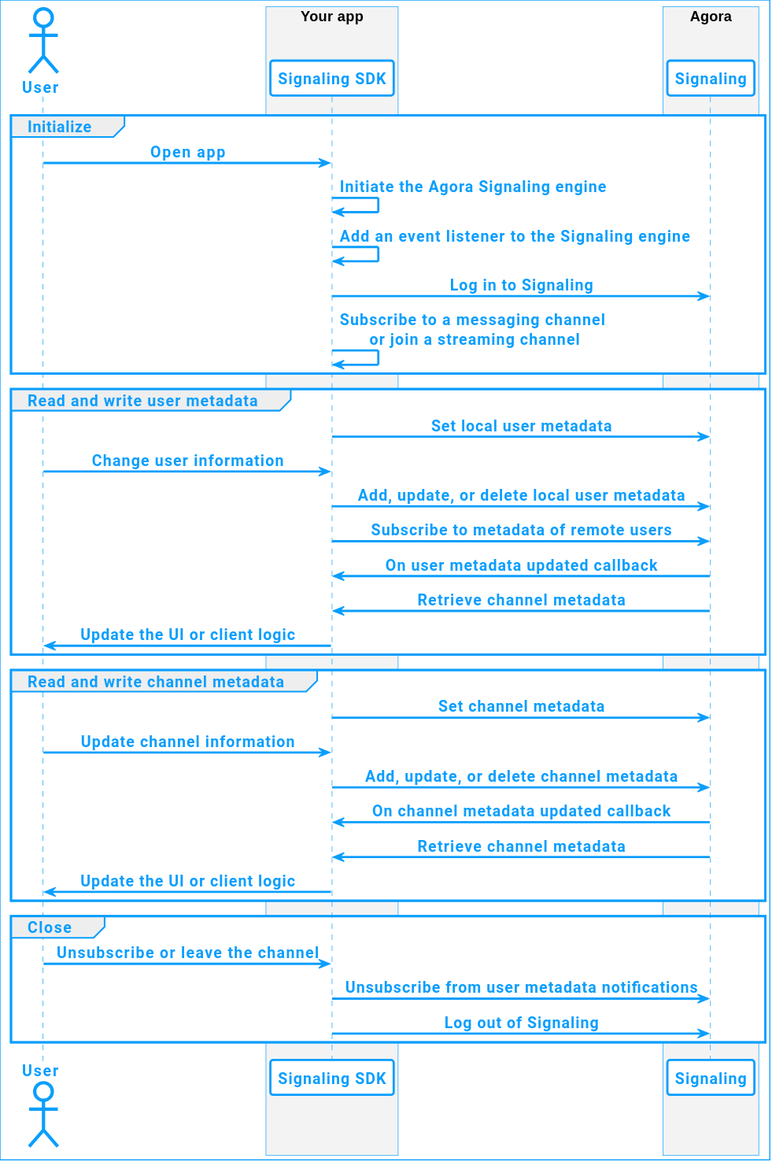
Above: assets/images/signaling/signaling-metadata-workflow.svg in AgoraIO/Docs-Source (PlantUML), before the change.
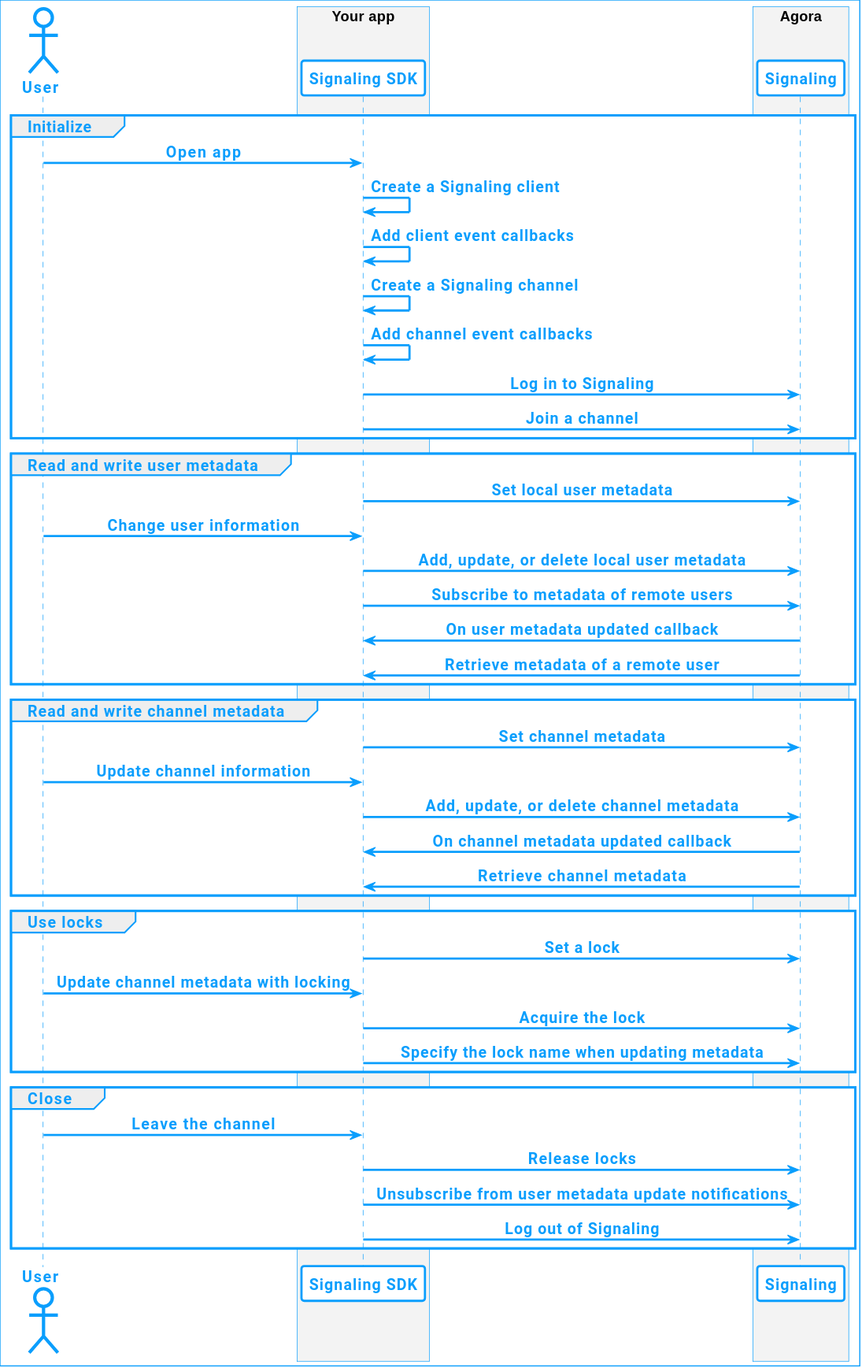
After the commit.

Commit message:
Updated the SIgnaling storage diagram (#496)

* Updated the diagram

* Diagram Update

* review updates

What changed in the source:
```diff
@@ -1,5 +1,5 @@
 @startuml
-!include agora_skin.iuml
+!include ../video-sdk/agora_skin.iuml
 
 actor "User" as USR
 
@@ -13,10 +13,12 @@
 
 group Initialize
 USR -> APP: Open app
-APP -> APP: Initiate the Agora Signaling engine
-APP -> APP: Add an event listener to the Signaling engine
+APP -> APP: Create a Signaling client
+APP -> APP: Add client event callbacks
+APP -> APP: Create a Signaling channel
+APP -> APP: Add channel event callbacks
 APP -> API: Log in to Signaling
-APP -> APP: Subscribe to a messaging channel\n or join a streaming channel
+APP -> API: Join a channel
 end
 
 group Read and write user metadata
@@ -25,8 +27,7 @@
 APP -> API: Add, update, or delete local user metadata
 APP -> API: Subscribe to metadata of remote users
 APP <- API: On user metadata updated callback
-APP <- API: Retrieve channel metadata
-USR <- APP: Update the UI or client logic
+APP <- API: Retrieve metadata of a remote user
 end
 
 group Read and write channel metadata
@@ -35,12 +36,19 @@
 APP -> API: Add, update, or delete channel metadata
 APP <- API: On channel metadata updated callback
 APP <- API: Retrieve channel metadata
-USR <- APP: Update the UI or client logic
+end
+
+group Use locks
+APP -> API: Set a lock
+USR -> APP: Update channel metadata with locking
+APP -> API: Acquire the lock
+APP -> API: Specify the lock name when updating metadata
 end
 
 group Close
-USR -> APP: Unsubscribe or leave the channel
-APP -> API: Unsubscribe from user metadata notifications
+USR -> APP: Leave the channel
+APP -> API: Release locks
+APP -> API: Unsubscribe from user metadata update notifications
 APP -> API: Log out of Signaling
 end
 @enduml
```
